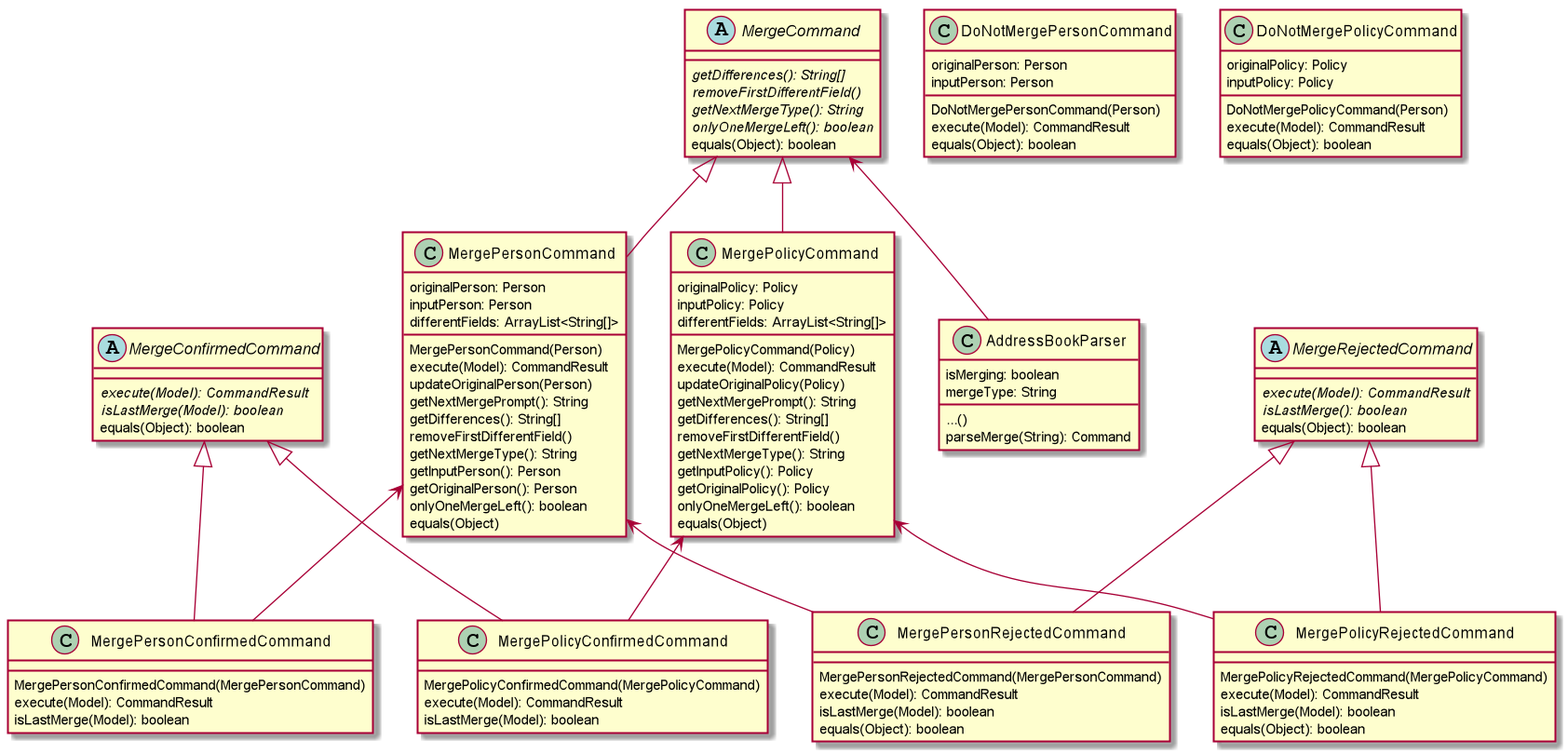
chowyiyin/main keeps this PlantUML diagram as docs/images/MergeClassDiagram.png. Above is the earlier version. Its diagram source:
```plantuml
@startuml

abstract class MergeCommand
class MergePersonCommand
class MergePolicyCommand
MergeCommand <|-- MergePersonCommand
MergeCommand <|-- MergePolicyCommand

MergeCommand : {abstract} getDifferences(): String[]
MergeCommand : {abstract} removeFirstDifferentField()
MergeCommand : {abstract} getNextMergeType(): String
MergeCommand : {abstract} onlyOneMergeLeft(): boolean
MergeCommand : equals(Object): boolean

MergePersonCommand : originalPerson: Person
MergePersonCommand : inputPerson: Person
MergePersonCommand : differentFields: ArrayList<String[]>
MergePersonCommand : MergePersonCommand(Person)
MergePersonCommand : execute(Model): CommandResult
MergePersonCommand : updateOriginalPerson(Person)
MergePersonCommand : getNextMergePrompt(): String
MergePersonCommand : getDifferences(): String[]
MergePersonCommand : removeFirstDifferentField()
MergePersonCommand : getNextMergeType(): String
MergePersonCommand : getInputPerson(): Person
MergePersonCommand : getOriginalPerson(): Person
MergePersonCommand : onlyOneMergeLeft(): boolean
MergePersonCommand : equals(Object)

MergePolicyCommand : originalPolicy: Policy
MergePolicyCommand : inputPolicy: Policy
MergePolicyCommand : differentFields: ArrayList<String[]>
MergePolicyCommand : MergePolicyCommand(Policy)
MergePolicyCommand : execute(Model): CommandResult
MergePolicyCommand : updateOriginalPolicy(Policy)
MergePolicyCommand : getNextMergePrompt(): String
MergePolicyCommand : getDifferences(): String[]
MergePolicyCommand : removeFirstDifferentField()
MergePolicyCommand : getNextMergeType(): String
MergePolicyCommand : getInputPolicy(): Policy
MergePolicyCommand : getOriginalPolicy(): Policy
MergePolicyCommand : onlyOneMergeLeft(): boolean
MergePolicyCommand : equals(Object)

abstract class MergeConfirmedCommand
class MergePersonConfirmedCommand
class MergePolicyConfirmedCommand
MergeConfirmedCommand <|-- MergePersonConfirmedCommand
MergeConfirmedCommand <|-- MergePolicyConfirmedCommand

MergeConfirmedCommand : {abstract} execute(Model): CommandResult
MergeConfirmedCommand : {abstract} isLastMerge(Model): boolean
MergeConfirmedCommand : equals(Object): boolean

MergePersonCommand <-- MergePersonConfirmedCommand
MergePersonConfirmedCommand : MergePersonConfirmedCommand(MergePersonCommand)
MergePersonConfirmedCommand : execute(Model): CommandResult
MergePersonConfirmedCommand : isLastMerge(Model): boolean

MergePolicyCommand <-- MergePolicyConfirmedCommand
MergePolicyConfirmedCommand : MergePolicyConfirmedCommand(MergePolicyCommand)
MergePolicyConfirmedCommand : execute(Model): CommandResult
MergePolicyConfirmedCommand : isLastMerge(Model): boolean

abstract class MergeRejectedCommand
class MergePersonRejectedCommand
class MergePolicyRejectedCommand
MergeRejectedCommand <|-- MergePersonRejectedCommand
MergeRejectedCommand <|-- MergePolicyRejectedCommand

MergeRejectedCommand : {abstract} execute(Model): CommandResult
MergeRejectedCommand : {abstract} isLastMerge(): boolean
MergeRejectedCommand : equals(Object): boolean

MergePersonCommand <-- MergePersonRejectedCommand
MergePersonRejectedCommand : MergePersonRejectedCommand(MergePersonCommand)
MergePersonRejectedCommand : execute(Model): CommandResult
MergePersonRejectedCommand : isLastMerge(Model): boolean
MergePersonRejectedCommand : equals(Object): boolean

MergePolicyCommand <-- MergePolicyRejectedCommand
MergePolicyRejectedCommand : MergePolicyRejectedCommand(MergePolicyCommand)
MergePolicyRejectedCommand : execute(Model): CommandResult
MergePolicyRejectedCommand : isLastMerge(Model): boolean
MergePolicyRejectedCommand : equals(Object): boolean

class DoNotMergePersonCommand
DoNotMergePersonCommand : originalPerson: Person
DoNotMergePersonCommand : inputPerson: Person
DoNotMergePersonCommand : DoNotMergePersonCommand(Person)
DoNotMergePersonCommand : execute(Model): CommandResult
DoNotMergePersonCommand : equals(Object): boolean

class DoNotMergePolicyCommand
DoNotMergePolicyCommand : originalPolicy: Policy
DoNotMergePolicyCommand : inputPolicy: Policy
DoNotMergePolicyCommand : DoNotMergePolicyCommand(Person)
DoNotMergePolicyCommand : execute(Model): CommandResult
DoNotMergePolicyCommand : equals(Object): boolean

class AddressBookParser
AddressBookParser : ...()
MergeCommand <-- AddressBookParser
AddressBookParser : isMerging: boolean
AddressBookParser : mergeType: String
AddressBookParser : parseMerge(String): Command

@enduml
```
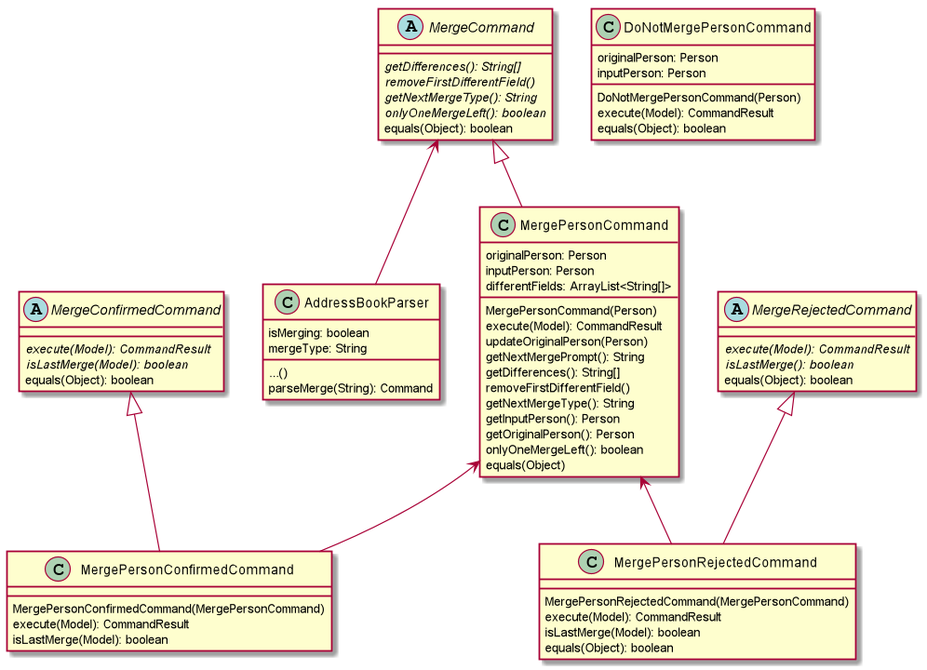
After the change.

Change to the diagram source:
```diff
@@ -2,9 +2,7 @@
 
 abstract class MergeCommand
 class MergePersonCommand
-class MergePolicyCommand
 MergeCommand <|-- MergePersonCommand
-MergeCommand <|-- MergePolicyCommand
 
 MergeCommand : {abstract} getDifferences(): String[]
 MergeCommand : {abstract} removeFirstDifferentField()
@@ -27,26 +25,9 @@
 MergePersonCommand : onlyOneMergeLeft(): boolean
 MergePersonCommand : equals(Object)
 
-MergePolicyCommand : originalPolicy: Policy
-MergePolicyCommand : inputPolicy: Policy
-MergePolicyCommand : differentFields: ArrayList<String[]>
-MergePolicyCommand : MergePolicyCommand(Policy)
-MergePolicyCommand : execute(Model): CommandResult
-MergePolicyCommand : updateOriginalPolicy(Policy)
-MergePolicyCommand : getNextMergePrompt(): String
-MergePolicyCommand : getDifferences(): String[]
-MergePolicyCommand : removeFirstDifferentField()
-MergePolicyCommand : getNextMergeType(): String
-MergePolicyCommand : getInputPolicy(): Policy
-MergePolicyCommand : getOriginalPolicy(): Policy
-MergePolicyCommand : onlyOneMergeLeft(): boolean
-MergePolicyCommand : equals(Object)
-
 abstract class MergeConfirmedCommand
 class MergePersonConfirmedCommand
-class MergePolicyConfirmedCommand
 MergeConfirmedCommand <|-- MergePersonConfirmedCommand
-MergeConfirmedCommand <|-- MergePolicyConfirmedCommand
 
 MergeConfirmedCommand : {abstract} execute(Model): CommandResult
 MergeConfirmedCommand : {abstract} isLastMerge(Model): boolean
@@ -57,16 +38,9 @@
 MergePersonConfirmedCommand : execute(Model): CommandResult
 MergePersonConfirmedCommand : isLastMerge(Model): boolean
 
-MergePolicyCommand <-- MergePolicyConfirmedCommand
-MergePolicyConfirmedCommand : MergePolicyConfirmedCommand(MergePolicyCommand)
-MergePolicyConfirmedCommand : execute(Model): CommandResult
-MergePolicyConfirmedCommand : isLastMerge(Model): boolean
-
 abstract class MergeRejectedCommand
 class MergePersonRejectedCommand
-class MergePolicyRejectedCommand
 MergeRejectedCommand <|-- MergePersonRejectedCommand
-MergeRejectedCommand <|-- MergePolicyRejectedCommand
 
 MergeRejectedCommand : {abstract} execute(Model): CommandResult
 MergeRejectedCommand : {abstract} isLastMerge(): boolean
@@ -78,25 +52,12 @@
 MergePersonRejectedCommand : isLastMerge(Model): boolean
 MergePersonRejectedCommand : equals(Object): boolean
 
-MergePolicyCommand <-- MergePolicyRejectedCommand
-MergePolicyRejectedCommand : MergePolicyRejectedCommand(MergePolicyCommand)
-MergePolicyRejectedCommand : execute(Model): CommandResult
-MergePolicyRejectedCommand : isLastMerge(Model): boolean
-MergePolicyRejectedCommand : equals(Object): boolean
-
 class DoNotMergePersonCommand
 DoNotMergePersonCommand : originalPerson: Person
 DoNotMergePersonCommand : inputPerson: Person
 DoNotMergePersonCommand : DoNotMergePersonCommand(Person)
 DoNotMergePersonCommand : execute(Model): CommandResult
 DoNotMergePersonCommand : equals(Object): boolean
-
-class DoNotMergePolicyCommand
-DoNotMergePolicyCommand : originalPolicy: Policy
-DoNotMergePolicyCommand : inputPolicy: Policy
-DoNotMergePolicyCommand : DoNotMergePolicyCommand(Person)
-DoNotMergePolicyCommand : execute(Model): CommandResult
-DoNotMergePolicyCommand : equals(Object): boolean
 
 class AddressBookParser
 AddressBookParser : ...()
```
